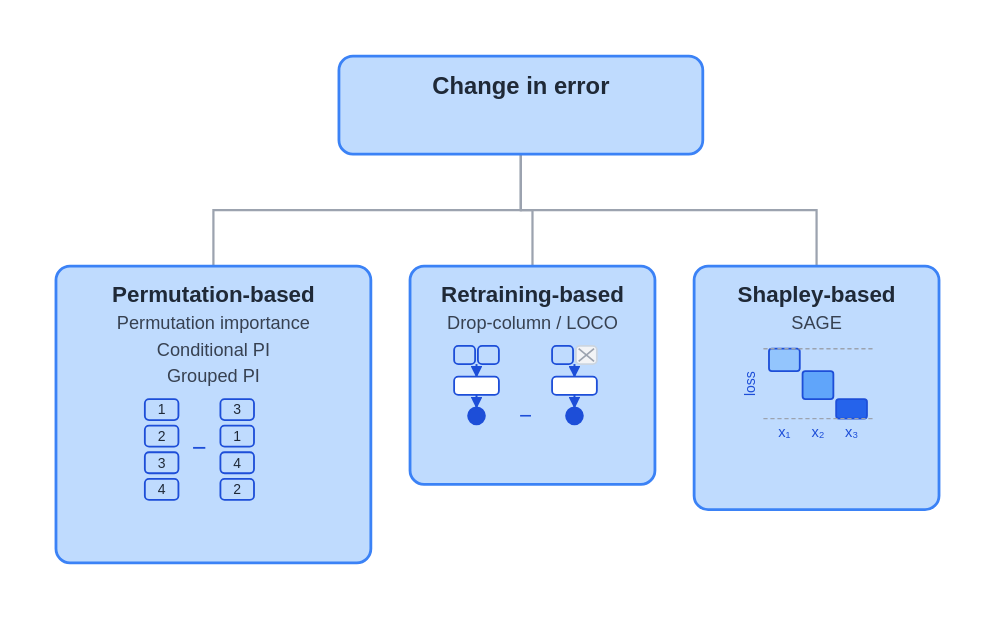
The draw.io diagram posts/explaining-black-box-predictions/diagrams/taxonomy_removal_error.drawio.svg in DMLF1/blog, before a commit. Source tidied: cells renumbered, new cells last; positions are measured from the earlier drawing's top-left corner, leaving out a move shared by most shapes.
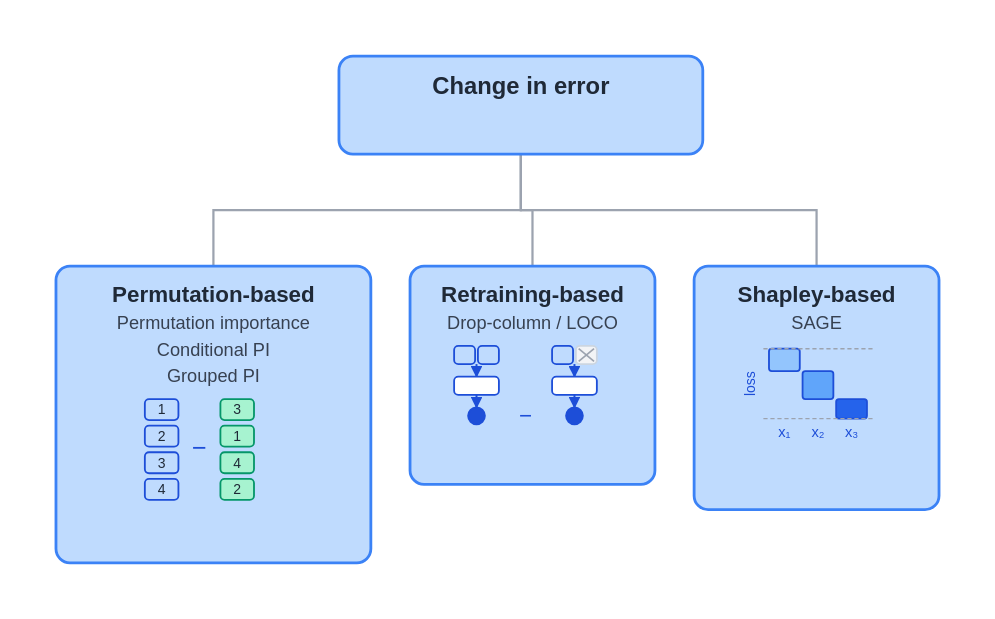
Later version of the same file.

Commit message:
Differentiate before/after columns in the Permutation-based icon

The 'before' and 'after' number columns were both the same light blue,
making the shuffle read as 'two blue columns' rather than two distinct
states. 'Before' stays blue; 'after' is now green, so the two sides of
the minus sign are visually distinct at a glance.

Also includes the user's own text edits made directly on disk (bullets
restructured, bold emphasis on 'global'/'no direction').

Diff of the diagram source:
```diff
@@ -11,25 +11,25 @@
     <mxCell id="4" value="1" style="rounded=1;whiteSpace=wrap;html=1;fillColor=#BFDBFE;strokeColor=#1D4ED8;align=center;verticalAlign=middle;fontSize=10;" parent="1" vertex="1">
       <mxGeometry x="64" y="245" width="24" height="15" as="geometry" />
     </mxCell>
-    <mxCell id="5" value="3" style="rounded=1;whiteSpace=wrap;html=1;fillColor=#BFDBFE;strokeColor=#1D4ED8;align=center;verticalAlign=middle;fontSize=10;" parent="1" vertex="1">
+    <mxCell id="5" value="3" style="rounded=1;whiteSpace=wrap;html=1;fillColor=#A7F3D0;strokeColor=#059669;align=center;verticalAlign=middle;fontSize=10;" parent="1" vertex="1">
       <mxGeometry x="118" y="245" width="24" height="15" as="geometry" />
     </mxCell>
     <mxCell id="6" value="2" style="rounded=1;whiteSpace=wrap;html=1;fillColor=#BFDBFE;strokeColor=#1D4ED8;align=center;verticalAlign=middle;fontSize=10;" parent="1" vertex="1">
       <mxGeometry x="64" y="264" width="24" height="15" as="geometry" />
     </mxCell>
-    <mxCell id="7" value="1" style="rounded=1;whiteSpace=wrap;html=1;fillColor=#BFDBFE;strokeColor=#1D4ED8;align=center;verticalAlign=middle;fontSize=10;" parent="1" vertex="1">
+    <mxCell id="7" value="1" style="rounded=1;whiteSpace=wrap;html=1;fillColor=#A7F3D0;strokeColor=#059669;align=center;verticalAlign=middle;fontSize=10;" parent="1" vertex="1">
       <mxGeometry x="118" y="264" width="24" height="15" as="geometry" />
     </mxCell>
     <mxCell id="8" value="3" style="rounded=1;whiteSpace=wrap;html=1;fillColor=#BFDBFE;strokeColor=#1D4ED8;align=center;verticalAlign=middle;fontSize=10;" parent="1" vertex="1">
       <mxGeometry x="64" y="283" width="24" height="15" as="geometry" />
     </mxCell>
-    <mxCell id="9" value="4" style="rounded=1;whiteSpace=wrap;html=1;fillColor=#BFDBFE;strokeColor=#1D4ED8;align=center;verticalAlign=middle;fontSize=10;" parent="1" vertex="1">
+    <mxCell id="9" value="4" style="rounded=1;whiteSpace=wrap;html=1;fillColor=#A7F3D0;strokeColor=#059669;align=center;verticalAlign=middle;fontSize=10;" parent="1" vertex="1">
       <mxGeometry x="118" y="283" width="24" height="15" as="geometry" />
     </mxCell>
     <mxCell id="10" value="4" style="rounded=1;whiteSpace=wrap;html=1;fillColor=#BFDBFE;strokeColor=#1D4ED8;align=center;verticalAlign=middle;fontSize=10;" parent="1" vertex="1">
       <mxGeometry x="64" y="302" width="24" height="15" as="geometry" />
     </mxCell>
-    <mxCell id="11" value="2" style="rounded=1;whiteSpace=wrap;html=1;fillColor=#BFDBFE;strokeColor=#1D4ED8;align=center;verticalAlign=middle;fontSize=10;" parent="1" vertex="1">
+    <mxCell id="11" value="2" style="rounded=1;whiteSpace=wrap;html=1;fillColor=#A7F3D0;strokeColor=#059669;align=center;verticalAlign=middle;fontSize=10;" parent="1" vertex="1">
       <mxGeometry x="118" y="302" width="24" height="15" as="geometry" />
     </mxCell>
     <mxCell id="12" value="−" style="text;html=1;align=center;verticalAlign=middle;fontSize=18;fontColor=#1D4ED8;" parent="1" vertex="1">
```
